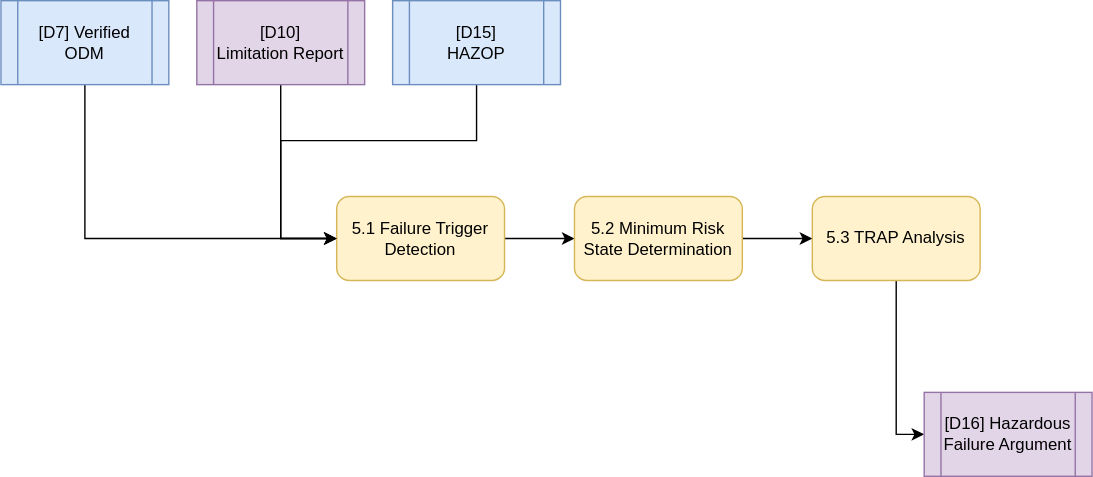
The draw.io diagram diagrams/step-5.svg in TortoiseFather/sacred-site, before a commit. Source tidied: cells renumbered, new cells last; positions are measured from the earlier drawing's top-left corner, leaving out a move shared by most shapes. Its diagram source:
```xml
<mxGraphModel>
  <root>
    <mxCell id="0" />
    <mxCell id="1" parent="0" />
    <mxCell id="2" style="edgeStyle=orthogonalEdgeStyle;rounded=0;jettySize=auto;html=1;entryX=0;entryY=0.5;entryDx=0;entryDy=0;" parent="1" edge="1" source="3" target="14">
      <mxGeometry relative="1" as="geometry" />
    </mxCell>
    <mxCell id="3" value="5.3 TRAP Analysis" style="rounded=1;whiteSpace=wrap;html=1;fillColor=#fff2cc;strokeColor=#d6b656;" parent="1" vertex="1">
      <mxGeometry x="580" y="140" width="120" height="60" as="geometry" />
    </mxCell>
    <mxCell id="4" style="edgeStyle=orthogonalEdgeStyle;rounded=0;jettySize=auto;html=1;" parent="1" edge="1" source="5" target="7">
      <mxGeometry relative="1" as="geometry" />
    </mxCell>
    <mxCell id="5" value="5.1 Failure Trigger Detection" style="rounded=1;whiteSpace=wrap;html=1;fillColor=#fff2cc;strokeColor=#d6b656;" parent="1" vertex="1">
      <mxGeometry x="240" y="140" width="120" height="60" as="geometry" />
    </mxCell>
    <mxCell id="6" style="edgeStyle=orthogonalEdgeStyle;rounded=0;jettySize=auto;html=1;" parent="1" edge="1" source="7" target="3">
      <mxGeometry relative="1" as="geometry" />
    </mxCell>
    <mxCell id="7" value="5.2 Minimum Risk State Determination" style="rounded=1;whiteSpace=wrap;html=1;fillColor=#fff2cc;strokeColor=#d6b656;" parent="1" vertex="1">
      <mxGeometry x="410" y="140" width="120" height="60" as="geometry" />
    </mxCell>
    <mxCell id="8" style="edgeStyle=orthogonalEdgeStyle;rounded=0;jettySize=auto;html=1;entryX=0;entryY=0.5;entryDx=0;entryDy=0;" parent="1" edge="1" source="9" target="5">
      <mxGeometry relative="1" as="geometry" />
    </mxCell>
    <mxCell id="9" value="&lt;div&gt;[D10]&lt;/div&gt;Limitation Report" style="shape=process;whiteSpace=wrap;html=1;backgroundOutline=1;fillColor=#e1d5e7;strokeColor=#9673a6;" parent="1" vertex="1">
      <mxGeometry x="140" width="120" height="60" as="geometry" />
    </mxCell>
    <mxCell id="10" style="edgeStyle=orthogonalEdgeStyle;rounded=0;jettySize=auto;html=1;entryX=0;entryY=0.5;entryDx=0;entryDy=0;" parent="1" edge="1" source="11" target="5">
      <mxGeometry relative="1" as="geometry">
        <Array as="points">
          <mxPoint x="340" y="100" />
          <mxPoint x="200" y="100" />
          <mxPoint x="200" y="170" />
        </Array>
      </mxGeometry>
    </mxCell>
    <mxCell id="11" value="&lt;div&gt;[D15]&lt;/div&gt;&lt;div&gt;HAZOP&lt;/div&gt;" style="shape=process;whiteSpace=wrap;html=1;backgroundOutline=1;fillColor=#dae8fc;strokeColor=#6c8ebf;" parent="1" vertex="1">
      <mxGeometry x="280" width="120" height="60" as="geometry" />
    </mxCell>
    <mxCell id="12" style="edgeStyle=orthogonalEdgeStyle;rounded=0;jettySize=auto;html=1;entryX=0;entryY=0.5;entryDx=0;entryDy=0;" parent="1" edge="1" source="13" target="5">
      <mxGeometry relative="1" as="geometry">
        <Array as="points">
          <mxPoint x="60" y="170" />
        </Array>
      </mxGeometry>
    </mxCell>
    <mxCell id="13" value="[D7] Verified ODM" style="shape=process;whiteSpace=wrap;html=1;backgroundOutline=1;fillColor=#dae8fc;strokeColor=#6c8ebf;" parent="1" vertex="1">
      <mxGeometry width="120" height="60" as="geometry" />
    </mxCell>
    <mxCell id="14" value="[D16] Hazardous Failure Argument" style="shape=process;whiteSpace=wrap;html=1;backgroundOutline=1;fillColor=#e1d5e7;strokeColor=#9673a6;" parent="1" vertex="1">
      <mxGeometry x="660" y="280" width="120" height="60" as="geometry" />
    </mxCell>
  </root>
</mxGraphModel>
```
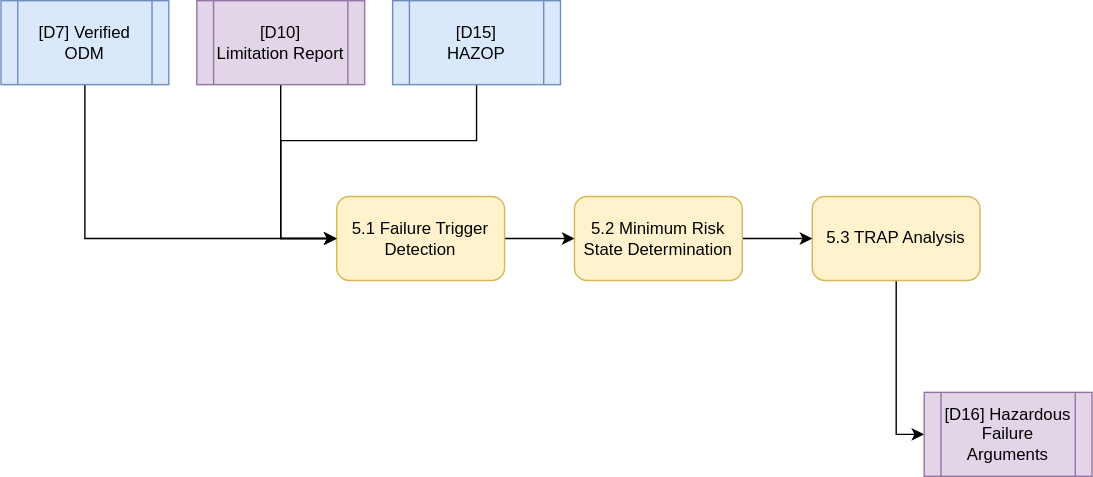
After the commit.

What changed in the source:
```diff
@@ -48,7 +48,7 @@
     <mxCell id="13" value="[D7] Verified ODM" style="shape=process;whiteSpace=wrap;html=1;backgroundOutline=1;fillColor=#dae8fc;strokeColor=#6c8ebf;" parent="1" vertex="1">
       <mxGeometry width="120" height="60" as="geometry" />
     </mxCell>
-    <mxCell id="14" value="[D16] Hazardous Failure Argument" style="shape=process;whiteSpace=wrap;html=1;backgroundOutline=1;fillColor=#e1d5e7;strokeColor=#9673a6;" parent="1" vertex="1">
+    <mxCell id="14" value="[D16] Hazardous Failure Arguments" style="shape=process;whiteSpace=wrap;html=1;backgroundOutline=1;fillColor=#e1d5e7;strokeColor=#9673a6;" parent="1" vertex="1">
       <mxGeometry x="660" y="280" width="120" height="60" as="geometry" />
     </mxCell>
   </root>
```
